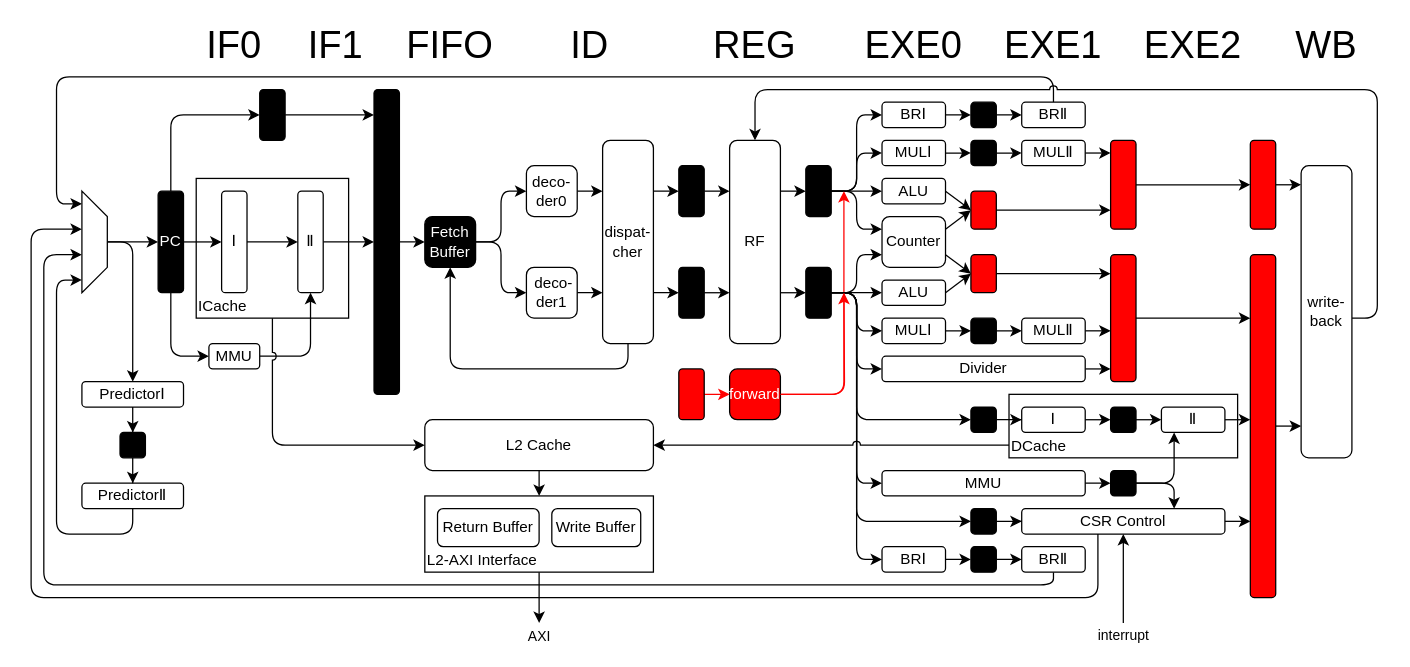
Earlier version of the draw.io diagram 未命名绘图4.drawio (caochenrui/Draw.io). Source tidied: cells renumbered, new cells numbered last; positions are measured from the earlier drawing's top-left corner, leaving out a move shared by most shapes. Both pictures are drawn from the tidied source at 127%, with x=0, y=0 at pixel (30, 25).
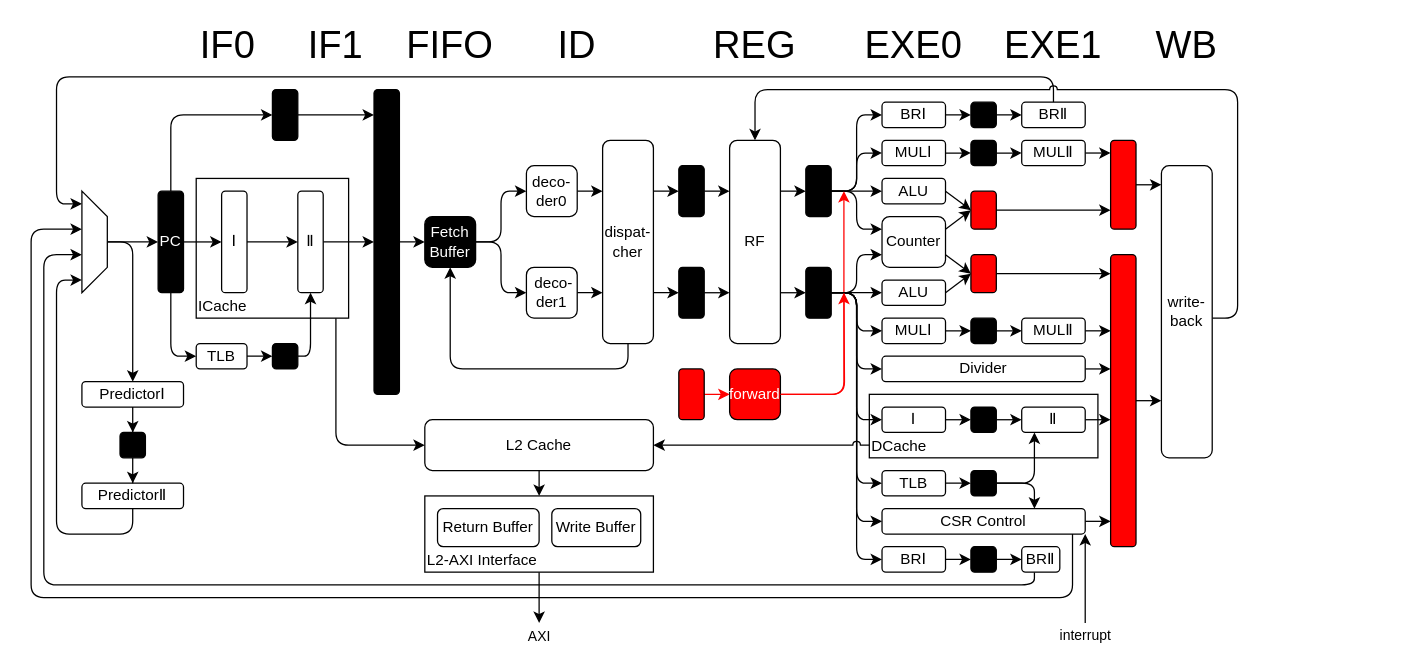
The same diagram, later.

Commit message:
更新未命名绘图4.drawio

Unchanged cells that the change refers to:
```xml
<mxCell id="5" value="ICache" style="rounded=0;whiteSpace=wrap;html=1;fillColor=none;fontColor=default;labelBackgroundColor=none;labelPosition=center;verticalLabelPosition=middle;align=left;verticalAlign=bottom;" parent="1" vertex="1">
  <mxGeometry x="130" y="120" width="120" height="110" as="geometry" />
</mxCell>
<mxCell id="9" value="Ⅱ" style="whiteSpace=wrap;html=1;fillColor=default;fontColor=default;rounded=1;" parent="1" vertex="1">
  <mxGeometry x="210" y="130" width="20" height="80" as="geometry" />
</mxCell>
<mxCell id="29" value="RF" style="rounded=1;whiteSpace=wrap;html=1;" parent="1" vertex="1">
  <mxGeometry x="550" y="90" width="40" height="160" as="geometry" />
</mxCell>
<mxCell id="42" style="whiteSpace=wrap;html=1;fillColor=#000000;fontColor=default;rounded=1;" parent="1" vertex="1">
  <mxGeometry x="610" y="190" width="20" height="40" as="geometry" />
</mxCell>
<mxCell id="53" style="whiteSpace=wrap;html=1;fillColor=#FF0000;fontColor=default;rounded=1;" parent="1" vertex="1">
  <mxGeometry x="850" y="90" width="20" height="70" as="geometry" />
</mxCell>
<mxCell id="112" value="L2 Cache" style="rounded=1;whiteSpace=wrap;html=1;labelPosition=center;verticalLabelPosition=middle;align=center;verticalAlign=middle;" parent="1" vertex="1">
  <mxGeometry x="310" y="310" width="180" height="40" as="geometry" />
</mxCell>
```

What changed in the source:
```diff
@@
-    <mxCell id="41" style="edgeStyle=orthogonalEdgeStyle;rounded=1;jettySize=auto;html=1;exitX=1;exitY=0.5;exitDx=0;exitDy=0;" parent="1" edge="1" source="42" target="139">
+    <mxCell id="41" style="edgeStyle=orthogonalEdgeStyle;rounded=1;jettySize=auto;html=1;exitX=1;exitY=0.5;exitDx=0;exitDy=0;" parent="1" edge="1" source="42" target="85">
       <mxGeometry relative="1" as="geometry">
         <Array as="points">
           <mxPoint x="650" y="210" />
           <mxPoint x="650" y="310" />
         </Array>
       </mxGeometry>
     </mxCell>
@@
-    <mxCell id="52" style="edgeStyle=orthogonalEdgeStyle;rounded=0;jettySize=auto;html=1;exitX=1;exitY=0.5;exitDx=0;exitDy=0;" parent="1" edge="1" source="135" target="90">
-      <mxGeometry relative="1" as="geometry">
-        <Array as="points">
-          <mxPoint x="990" y="125" />
-          <mxPoint x="990" y="125" />
-        </Array>
-      </mxGeometry>
-    </mxCell>
+    <mxCell id="147" style="edgeStyle=orthogonalEdgeStyle;rounded=1;jettySize=auto;html=1;exitX=1;exitY=0.5;exitDx=0;exitDy=0;" parent="1" edge="1" source="53" target="90">
+      <mxGeometry relative="1" as="geometry">
+        <Array as="points">
+          <mxPoint x="890" y="125" />
+          <mxPoint x="890" y="125" />
+        </Array>
+      </mxGeometry>
+    </mxCell>
@@
     <mxCell id="58" style="edgeStyle=orthogonalEdgeStyle;rounded=1;jettySize=auto;html=1;" parent="1" edge="1" source="59">
       <mxGeometry relative="1" as="geometry">
         <mxPoint x="40" y="180" as="targetPoint" />
         <Array as="points">
-          <mxPoint x="805" y="440" />
+          <mxPoint x="790" y="440" />
           <mxPoint x="10" y="440" />
           <mxPoint x="10" y="180" />
         </Array>
       </mxGeometry>
     </mxCell>
     <mxCell id="59" value="BRⅡ" style="rounded=1;whiteSpace=wrap;html=1;" parent="1" vertex="1">
-      <mxGeometry x="780" y="410" width="50" height="20" as="geometry" />
+      <mxGeometry x="780" y="410" width="30" height="20" as="geometry" />
     </mxCell>
@@
     <mxCell id="64" style="edgeStyle=orthogonalEdgeStyle;rounded=1;jettySize=auto;html=1;" parent="1" edge="1" source="66">
       <mxGeometry relative="1" as="geometry">
         <mxPoint x="40" y="160" as="targetPoint" />
         <Array as="points">
-          <mxPoint x="840" y="450" />
+          <mxPoint x="820" y="450" />
           <mxPoint y="450" />
           <mxPoint y="160" />
         </Array>
       </mxGeometry>
     </mxCell>
-    <mxCell id="65" style="edgeStyle=orthogonalEdgeStyle;rounded=1;jettySize=auto;html=1;" parent="1" edge="1" source="66" target="71">
+    <mxCell id="65" style="edgeStyle=orthogonalEdgeStyle;rounded=1;jettySize=auto;html=1;" parent="1" edge="1" source="66" target="137">
       <mxGeometry relative="1" as="geometry">
         <Array as="points">
-          <mxPoint x="950" y="390" />
-          <mxPoint x="950" y="390" />
+          <mxPoint x="840" y="390" />
+          <mxPoint x="840" y="390" />
         </Array>
       </mxGeometry>
     </mxCell>
     <mxCell id="66" value="CSR Control" style="rounded=1;whiteSpace=wrap;html=1;" parent="1" vertex="1">
-      <mxGeometry x="780" y="380" width="160" height="20" as="geometry" />
+      <mxGeometry x="670" y="380" width="160" height="20" as="geometry" />
     </mxCell>
@@
-    <mxCell id="70" style="edgeStyle=orthogonalEdgeStyle;rounded=1;jettySize=auto;html=1;" parent="1" edge="1" source="71" target="90">
-      <mxGeometry relative="1" as="geometry">
-        <Array as="points">
-          <mxPoint x="1000" y="320" />
-          <mxPoint x="1000" y="320" />
-        </Array>
-      </mxGeometry>
-    </mxCell>
-    <mxCell id="71" style="whiteSpace=wrap;html=1;fillColor=#FF0000;fontColor=default;rounded=1;" parent="1" vertex="1">
-      <mxGeometry x="960" y="180" width="20" height="270" as="geometry" />
-    </mxCell>
@@
     <mxCell id="75" value="DCache" style="rounded=0;whiteSpace=wrap;html=1;labelPosition=center;verticalLabelPosition=middle;align=left;verticalAlign=bottom;fillColor=none;glass=0;" parent="1" vertex="1">
-      <mxGeometry x="770" y="290" width="180" height="50" as="geometry" />
+      <mxGeometry x="660" y="290" width="180" height="50" as="geometry" />
     </mxCell>
     <mxCell id="76" style="edgeStyle=orthogonalEdgeStyle;rounded=1;jettySize=auto;html=1;" parent="1" edge="1" source="130" target="88">
       <mxGeometry relative="1" as="geometry">
         <Array as="points">
-          <mxPoint x="900" y="360" />
+          <mxPoint x="790" y="360" />
         </Array>
       </mxGeometry>
     </mxCell>
     <mxCell id="77" style="edgeStyle=orthogonalEdgeStyle;rounded=1;jettySize=auto;html=1;" parent="1" edge="1" source="130" target="66">
       <mxGeometry relative="1" as="geometry">
         <Array as="points">
-          <mxPoint x="900" y="360" />
+          <mxPoint x="790" y="360" />
         </Array>
       </mxGeometry>
     </mxCell>
-    <mxCell id="78" value="MMU" style="rounded=1;whiteSpace=wrap;html=1;" parent="1" vertex="1">
-      <mxGeometry x="670" y="350" width="160" height="20" as="geometry" />
+    <mxCell id="78" value="TLB" style="rounded=1;whiteSpace=wrap;html=1;" parent="1" vertex="1">
+      <mxGeometry x="670" y="350" width="50" height="20" as="geometry" />
     </mxCell>
@@
     <mxCell id="80" style="rounded=1;whiteSpace=wrap;html=1;fillColor=#000000;" parent="1" vertex="1">
-      <mxGeometry x="180" y="50" width="20" height="40" as="geometry" />
+      <mxGeometry x="190" y="50" width="20" height="40" as="geometry" />
     </mxCell>
@@
-    <mxCell id="82" style="edgeStyle=orthogonalEdgeStyle;rounded=1;jettySize=auto;html=1;exitX=1;exitY=0.5;exitDx=0;exitDy=0;" parent="1" edge="1" source="83" target="9">
-      <mxGeometry relative="1" as="geometry" />
+    <mxCell id="82" style="edgeStyle=orthogonalEdgeStyle;rounded=1;jettySize=auto;html=1;exitX=1;exitY=0.5;exitDx=0;exitDy=0;" parent="1" edge="1" source="150" target="9">
+      <mxGeometry relative="1" as="geometry">
+        <Array as="points">
+          <mxPoint x="220" y="260" />
+        </Array>
+      </mxGeometry>
     </mxCell>
-    <mxCell id="83" value="MMU" style="rounded=1;whiteSpace=wrap;html=1;" parent="1" vertex="1">
-      <mxGeometry x="140" y="250" width="40" height="20" as="geometry" />
+    <mxCell id="83" value="TLB" style="rounded=1;whiteSpace=wrap;html=1;" parent="1" vertex="1">
+      <mxGeometry x="130" y="250" width="40" height="20" as="geometry" />
     </mxCell>
@@
     <mxCell id="85" value="Ⅰ" style="rounded=1;whiteSpace=wrap;html=1;" parent="1" vertex="1">
-      <mxGeometry x="780" y="300" width="50" height="20" as="geometry" />
+      <mxGeometry x="670" y="300" width="50" height="20" as="geometry" />
     </mxCell>
-    <mxCell id="86" style="edgeStyle=orthogonalEdgeStyle;rounded=1;jettySize=auto;html=1;" parent="1" edge="1" source="88" target="71">
+    <mxCell id="86" style="edgeStyle=orthogonalEdgeStyle;rounded=1;jettySize=auto;html=1;" parent="1" edge="1" source="88" target="137">
       <mxGeometry relative="1" as="geometry">
         <Array as="points">
-          <mxPoint x="970" y="315" />
-          <mxPoint x="970" y="315" />
+          <mxPoint x="860" y="315" />
         </Array>
       </mxGeometry>
     </mxCell>
@@
     <mxCell id="88" value="Ⅱ" style="rounded=1;whiteSpace=wrap;html=1;" parent="1" vertex="1">
-      <mxGeometry x="890" y="300" width="50" height="20" as="geometry" />
+      <mxGeometry x="780" y="300" width="50" height="20" as="geometry" />
     </mxCell>
     <mxCell id="89" style="edgeStyle=orthogonalEdgeStyle;rounded=1;jettySize=auto;html=1;jumpStyle=arc;" parent="1" edge="1" source="90" target="29">
       <mxGeometry relative="1" as="geometry">
         <Array as="points">
-          <mxPoint x="1060" y="230" />
-          <mxPoint x="1060" y="50" />
+          <mxPoint x="950" y="230" />
+          <mxPoint x="950" y="50" />
           <mxPoint x="570" y="50" />
         </Array>
       </mxGeometry>
     </mxCell>
     <mxCell id="90" value="write-&lt;br&gt;back" style="rounded=1;whiteSpace=wrap;html=1;" parent="1" vertex="1">
-      <mxGeometry x="1000" y="110" width="40" height="230" as="geometry" />
+      <mxGeometry x="890" y="110" width="40" height="230" as="geometry" />
     </mxCell>
     <mxCell id="91" value="interrupt" style="endArrow=classic;html=1;rounded=1;" parent="1" edge="1">
       <mxGeometry x="-1" y="-10" relative="1" as="geometry">
-        <mxPoint x="860" y="470" as="sourcePoint" />
-        <mxPoint x="860" y="400" as="targetPoint" />
+        <mxPoint x="830" y="470" as="sourcePoint" />
+        <mxPoint x="830" y="400" as="targetPoint" />
         <mxPoint x="-10" y="10" as="offset" />
       </mxGeometry>
     </mxCell>
@@
-    <mxCell id="113" style="edgeStyle=orthogonalEdgeStyle;rounded=1;jettySize=auto;html=1;exitX=0.5;exitY=1;exitDx=0;exitDy=0;entryX=0;entryY=0.5;entryDx=0;entryDy=0;jumpStyle=arc;" parent="1" edge="1" source="5" target="112">
-      <mxGeometry relative="1" as="geometry" />
+    <mxCell id="113" style="edgeStyle=orthogonalEdgeStyle;rounded=1;jettySize=auto;html=1;entryX=0;entryY=0.5;entryDx=0;entryDy=0;jumpStyle=arc;" parent="1" edge="1" source="5" target="112">
+      <mxGeometry relative="1" as="geometry">
+        <Array as="points">
+          <mxPoint x="240" y="330" />
+        </Array>
+      </mxGeometry>
     </mxCell>
@@
     <mxCell id="115" value="IF0" style="text;html=1;strokeColor=none;fillColor=none;align=center;verticalAlign=middle;whiteSpace=wrap;rounded=0;strokeWidth=1;fontSize=30;" parent="1" vertex="1">
-      <mxGeometry x="130" width="60" height="30" as="geometry" />
+      <mxGeometry x="120" width="70" height="30" as="geometry" />
     </mxCell>
@@
     <mxCell id="117" value="FIFO" style="text;html=1;strokeColor=none;fillColor=none;align=center;verticalAlign=middle;whiteSpace=wrap;rounded=0;strokeWidth=1;fontSize=30;" parent="1" vertex="1">
-      <mxGeometry x="300" width="60" height="30" as="geometry" />
+      <mxGeometry x="310" width="40" height="30" as="geometry" />
     </mxCell>
     <mxCell id="118" value="ID" style="text;html=1;strokeColor=none;fillColor=none;align=center;verticalAlign=middle;whiteSpace=wrap;rounded=0;strokeWidth=1;fontSize=30;" parent="1" vertex="1">
-      <mxGeometry x="410" width="60" height="30" as="geometry" />
+      <mxGeometry x="400" width="60" height="30" as="geometry" />
     </mxCell>
@@
-    <mxCell id="122" value="EXE2" style="text;html=1;strokeColor=none;fillColor=none;align=center;verticalAlign=middle;whiteSpace=wrap;rounded=0;strokeWidth=1;fontSize=30;" parent="1" vertex="1">
-      <mxGeometry x="880" width="70" height="30" as="geometry" />
-    </mxCell>
@@
     <mxCell id="130" style="whiteSpace=wrap;html=1;fillColor=#000000;fontColor=default;rounded=1;" parent="1" vertex="1">
-      <mxGeometry x="850" y="350" width="20" height="20" as="geometry" />
+      <mxGeometry x="740" y="350" width="20" height="20" as="geometry" />
     </mxCell>
-    <mxCell id="131" style="edgeStyle=orthogonalEdgeStyle;rounded=1;jettySize=auto;html=1;exitX=1;exitY=0.5;exitDx=0;exitDy=0;" parent="1" edge="1" source="42" target="133">
+    <mxCell id="131" style="edgeStyle=orthogonalEdgeStyle;rounded=1;jettySize=auto;html=1;exitX=1;exitY=0.5;exitDx=0;exitDy=0;" parent="1" edge="1" source="42" target="66">
       <mxGeometry relative="1" as="geometry">
         <Array as="points">
           <mxPoint x="650" y="210" />
           <mxPoint x="650" y="390" />
         </Array>
       </mxGeometry>
     </mxCell>
-    <mxCell id="132" style="edgeStyle=orthogonalEdgeStyle;rounded=0;jettySize=auto;html=1;exitX=1;exitY=0.5;exitDx=0;exitDy=0;" parent="1" edge="1" source="133" target="66">
-      <mxGeometry relative="1" as="geometry" />
-    </mxCell>
-    <mxCell id="133" style="whiteSpace=wrap;html=1;fillColor=#000000;fontColor=default;rounded=1;" parent="1" vertex="1">
-      <mxGeometry x="740" y="380" width="20" height="20" as="geometry" />
-    </mxCell>
-    <mxCell id="134" style="edgeStyle=orthogonalEdgeStyle;rounded=0;jettySize=auto;html=1;exitX=1;exitY=0.5;exitDx=0;exitDy=0;" parent="1" edge="1" source="53" target="135">
-      <mxGeometry relative="1" as="geometry" />
-    </mxCell>
-    <mxCell id="135" style="whiteSpace=wrap;html=1;fillColor=#FF0000;fontColor=default;rounded=1;" parent="1" vertex="1">
-      <mxGeometry x="960" y="90" width="20" height="70" as="geometry" />
-    </mxCell>
-    <mxCell id="136" style="edgeStyle=orthogonalEdgeStyle;rounded=0;jettySize=auto;html=1;exitX=1;exitY=0.5;exitDx=0;exitDy=0;" parent="1" edge="1" source="137" target="71">
-      <mxGeometry relative="1" as="geometry">
-        <Array as="points">
-          <mxPoint x="950" y="230" />
-          <mxPoint x="950" y="230" />
-        </Array>
-      </mxGeometry>
-    </mxCell>
+    <mxCell id="148" style="edgeStyle=orthogonalEdgeStyle;rounded=0;jettySize=auto;html=1;" parent="1" edge="1" source="137" target="90">
+      <mxGeometry relative="1" as="geometry">
+        <Array as="points">
+          <mxPoint x="890" y="295" />
+          <mxPoint x="890" y="295" />
+        </Array>
+      </mxGeometry>
+    </mxCell>
     <mxCell id="137" style="whiteSpace=wrap;html=1;fillColor=#FF0000;fontColor=default;rounded=1;" parent="1" vertex="1">
-      <mxGeometry x="850" y="180" width="20" height="100" as="geometry" />
+      <mxGeometry x="850" y="180" width="20" height="230" as="geometry" />
     </mxCell>
-    <mxCell id="138" style="edgeStyle=orthogonalEdgeStyle;rounded=0;jettySize=auto;html=1;exitX=1;exitY=0.5;exitDx=0;exitDy=0;" parent="1" edge="1" source="139" target="85">
-      <mxGeometry relative="1" as="geometry" />
-    </mxCell>
-    <mxCell id="139" style="whiteSpace=wrap;html=1;fillColor=#000000;fontColor=default;rounded=1;" parent="1" vertex="1">
-      <mxGeometry x="740" y="300" width="20" height="20" as="geometry" />
-    </mxCell>
@@
     <mxCell id="141" style="whiteSpace=wrap;html=1;fillColor=#000000;fontColor=default;rounded=1;" parent="1" vertex="1">
-      <mxGeometry x="850" y="300" width="20" height="20" as="geometry" />
+      <mxGeometry x="740" y="300" width="20" height="20" as="geometry" />
     </mxCell>
     <mxCell id="142" value="WB" style="text;html=1;strokeColor=none;fillColor=none;align=center;verticalAlign=middle;whiteSpace=wrap;rounded=0;strokeWidth=1;fontSize=30;" parent="1" vertex="1">
-      <mxGeometry x="990" width="60" height="30" as="geometry" />
+      <mxGeometry x="890" width="40" height="30" as="geometry" />
     </mxCell>
@@
+    <mxCell id="149" style="edgeStyle=orthogonalEdgeStyle;rounded=1;jettySize=auto;html=1;exitX=1;exitY=0.5;exitDx=0;exitDy=0;" parent="1" edge="1" source="83" target="150">
+      <mxGeometry relative="1" as="geometry" />
+    </mxCell>
+    <mxCell id="150" style="rounded=1;whiteSpace=wrap;html=1;fillColor=#000000;" parent="1" vertex="1">
+      <mxGeometry x="190" y="250" width="20" height="20" as="geometry" />
+    </mxCell>
```
